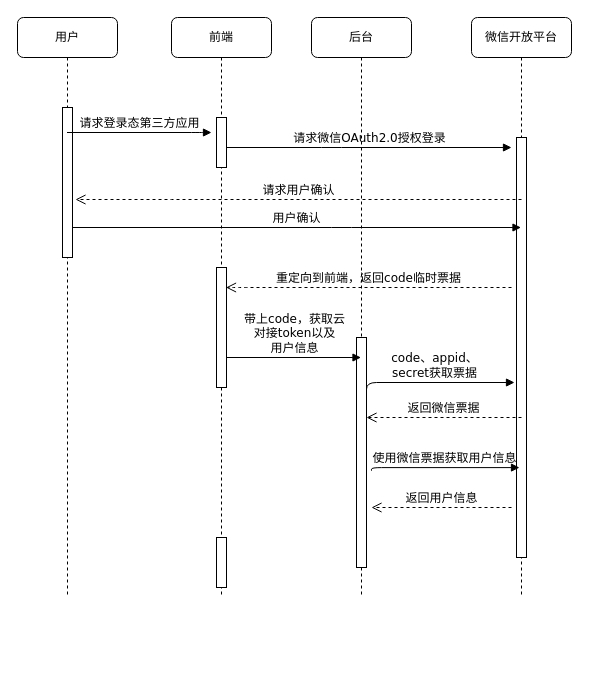
zblan/cpp_study keeps this draw.io diagram as Untitled Diagram.drawio. Above is the earlier version. Source tidied: cells renumbered, new cells numbered last; positions are measured from the earlier drawing's top-left corner, leaving out a move shared by most shapes. Both pictures are drawn from the tidied source at 100%, with x=0, y=0 at pixel (17, 17).
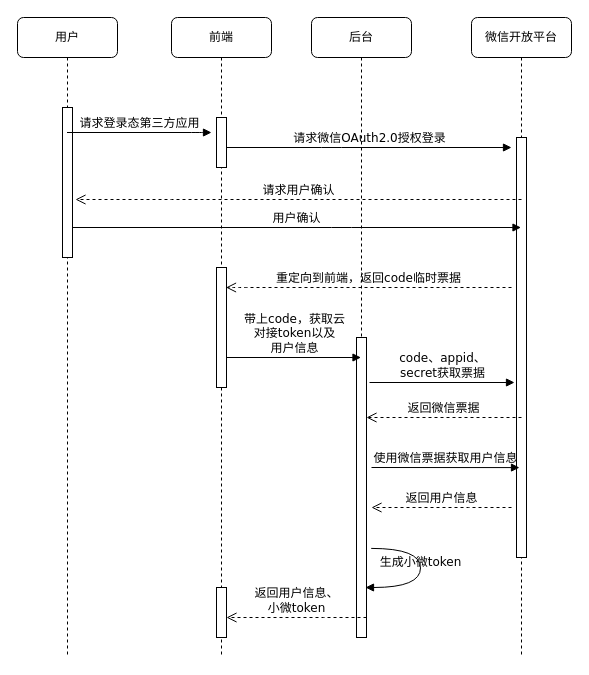
The same page after the edit.

Commit message:
微信扫码登录.drawio

Unchanged cells that the change refers to:
```xml
<mxCell id="5" style="html=1;points=[];perimeter=orthogonalPerimeter;rounded=0;shadow=0;comic=0;labelBackgroundColor=none;strokeWidth=1;fontFamily=Verdana;fontSize=12;align=center;" parent="4" vertex="1">
  <mxGeometry x="45" y="120" width="10" height="420" as="geometry" />
</mxCell>
```

What changed in the source:
```diff
@@
     <mxCell id="2" value="后台" style="shape=umlLifeline;perimeter=lifelinePerimeter;whiteSpace=wrap;html=1;rounded=1;shadow=0;comic=0;labelBackgroundColor=none;strokeWidth=1;fontFamily=Verdana;fontSize=12;align=center;" parent="1" vertex="1">
-      <mxGeometry x="294" width="100" height="580" as="geometry" />
+      <mxGeometry x="294" width="100" height="620" as="geometry" />
     </mxCell>
     <mxCell id="3" style="html=1;points=[];perimeter=orthogonalPerimeter;rounded=0;shadow=0;comic=0;labelBackgroundColor=none;strokeWidth=1;fontFamily=Verdana;fontSize=12;align=center;" parent="2" vertex="1">
-      <mxGeometry x="45" y="320" width="10" height="230" as="geometry" />
+      <mxGeometry x="45" y="320" width="10" height="300" as="geometry" />
     </mxCell>
     <mxCell id="4" value="微信开放平台" style="shape=umlLifeline;perimeter=lifelinePerimeter;whiteSpace=wrap;html=1;outlineConnect=0;rounded=1;shadow=0;comic=0;labelBackgroundColor=none;strokeWidth=1;fontFamily=Verdana;fontSize=12;align=center;" parent="1" vertex="1">
-      <mxGeometry x="454" width="100" height="580" as="geometry" />
+      <mxGeometry x="454" width="100" height="640" as="geometry" />
     </mxCell>
@@
     <mxCell id="6" value="前端" style="shape=umlLifeline;perimeter=lifelinePerimeter;whiteSpace=wrap;html=1;rounded=1;shadow=0;comic=0;labelBackgroundColor=none;strokeWidth=1;fontFamily=Verdana;fontSize=12;align=center;" parent="1" vertex="1">
-      <mxGeometry x="154" width="100" height="580" as="geometry" />
+      <mxGeometry x="154" width="100" height="640" as="geometry" />
     </mxCell>
@@
     <mxCell id="10" value="用户" style="shape=umlLifeline;perimeter=lifelinePerimeter;whiteSpace=wrap;html=1;outlineConnect=0;rounded=1;shadow=0;comic=0;labelBackgroundColor=none;strokeWidth=1;fontFamily=Verdana;fontSize=12;align=center;" parent="1" vertex="1">
-      <mxGeometry width="100" height="580" as="geometry" />
+      <mxGeometry width="100" height="640" as="geometry" />
     </mxCell>
@@
-    <mxCell id="17" value="code、appid、&lt;br&gt;secret获取票据" style="html=1;verticalAlign=bottom;endArrow=block;labelBackgroundColor=none;fontFamily=Verdana;fontSize=12;edgeStyle=elbowEdgeStyle;elbow=vertical;entryX=-0.2;entryY=0.583;entryDx=0;entryDy=0;entryPerimeter=0;exitX=1;exitY=0.253;exitDx=0;exitDy=0;exitPerimeter=0;" parent="1" edge="1" source="3" target="5">
+    <mxCell id="17" value="code、appid、&lt;br&gt;secret获取票据" style="html=1;verticalAlign=bottom;endArrow=block;labelBackgroundColor=none;fontFamily=Verdana;fontSize=12;edgeStyle=elbowEdgeStyle;elbow=vertical;entryX=-0.2;entryY=0.583;entryDx=0;entryDy=0;entryPerimeter=0;" parent="1" edge="1" target="5">
       <mxGeometry relative="1" as="geometry">
+        <mxPoint x="352" y="365" as="sourcePoint" />
         <Array as="points">
           <mxPoint x="444" y="365" />
         </Array>
       </mxGeometry>
     </mxCell>
@@
-    <mxCell id="19" value="使用微信票据获取用户信息" style="html=1;verticalAlign=bottom;endArrow=block;labelBackgroundColor=none;fontFamily=Verdana;fontSize=12;edgeStyle=elbowEdgeStyle;elbow=vertical;entryX=-0.2;entryY=0.583;entryDx=0;entryDy=0;entryPerimeter=0;exitX=1;exitY=0.253;exitDx=0;exitDy=0;exitPerimeter=0;" parent="1" edge="1">
+    <mxCell id="19" value="使用微信票据获取用户信息" style="html=1;verticalAlign=bottom;endArrow=block;labelBackgroundColor=none;fontFamily=Verdana;fontSize=12;edgeStyle=elbowEdgeStyle;elbow=vertical;entryX=-0.2;entryY=0.583;entryDx=0;entryDy=0;entryPerimeter=0;" parent="1" edge="1">
       <mxGeometry relative="1" as="geometry">
-        <mxPoint x="354" y="453.2" as="sourcePoint" />
+        <mxPoint x="354" y="450" as="sourcePoint" />
         <mxPoint x="502" y="450" as="targetPoint" />
         <Array as="points">
           <mxPoint x="449" y="450.1" />
         </Array>
       </mxGeometry>
     </mxCell>
@@
     <mxCell id="21" style="html=1;perimeter=orthogonalPerimeter;rounded=0;shadow=0;comic=0;labelBackgroundColor=none;strokeWidth=1;fontFamily=Verdana;fontSize=12;align=center;" parent="1" vertex="1">
-      <mxGeometry x="199" y="520" width="10" height="50" as="geometry" />
+      <mxGeometry x="199" y="570" width="10" height="50" as="geometry" />
     </mxCell>
+    <mxCell id="22" value="生成小微token" style="html=1;verticalAlign=bottom;endArrow=block;labelBackgroundColor=none;fontFamily=Verdana;fontSize=12;elbow=vertical;edgeStyle=orthogonalEdgeStyle;curved=1;exitX=1.066;exitY=0.713;exitPerimeter=0;" parent="1" edge="1">
+      <mxGeometry relative="1" as="geometry">
+        <mxPoint x="353.7" y="530.9" as="sourcePoint" />
+        <mxPoint x="348" y="570" as="targetPoint" />
+        <Array as="points">
+          <mxPoint x="403" y="531" />
+          <mxPoint x="403" y="570" />
+        </Array>
+      </mxGeometry>
+    </mxCell>
+    <mxCell id="23" value="返回用户信息、&lt;br&gt;小微token" style="html=1;verticalAlign=bottom;endArrow=open;dashed=1;endSize=8;labelBackgroundColor=none;fontFamily=Verdana;fontSize=12;edgeStyle=elbowEdgeStyle;elbow=horizontal;" parent="1" edge="1">
+      <mxGeometry relative="1" as="geometry">
+        <mxPoint x="349" y="600" as="sourcePoint" />
+        <mxPoint x="209" y="600" as="targetPoint" />
+        <Array as="points">
+          <mxPoint x="296" y="600" />
+          <mxPoint x="486" y="618" />
+          <mxPoint x="336" y="628" />
+          <mxPoint x="486" y="938" />
+        </Array>
+      </mxGeometry>
+    </mxCell>
```
